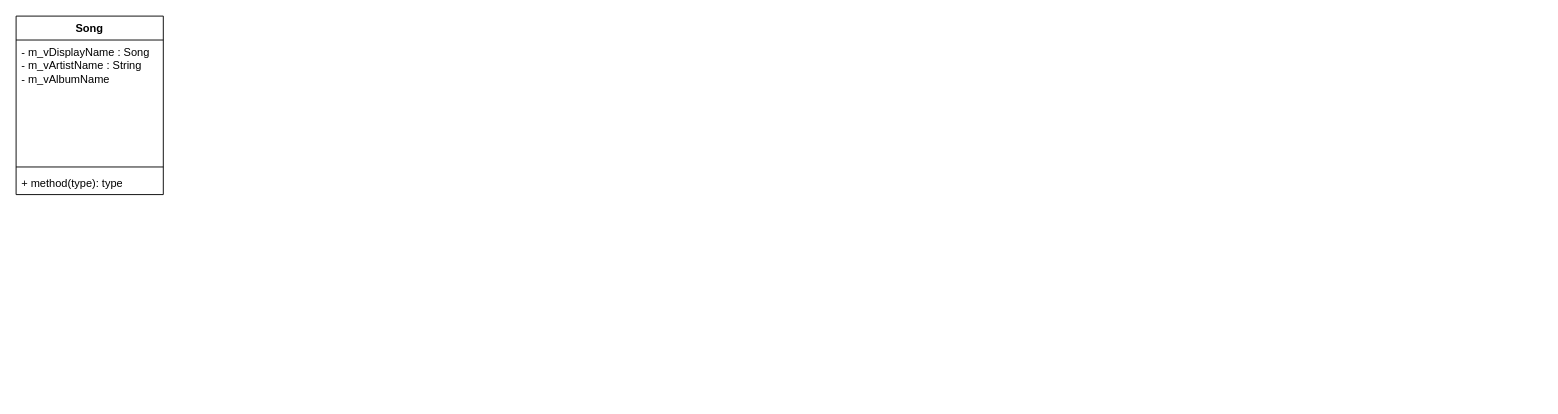
This is Диаграмма без названия.drawio from AcId4848/SamsungGIT, a draw.io file, before an edit. Source tidied: cells renumbered, new cells numbered last; positions are measured from the earlier drawing's top-left corner, leaving out a move shared by most shapes. Both pictures are drawn from the tidied source at 92%, with x=0, y=0 at pixel (16, 16).
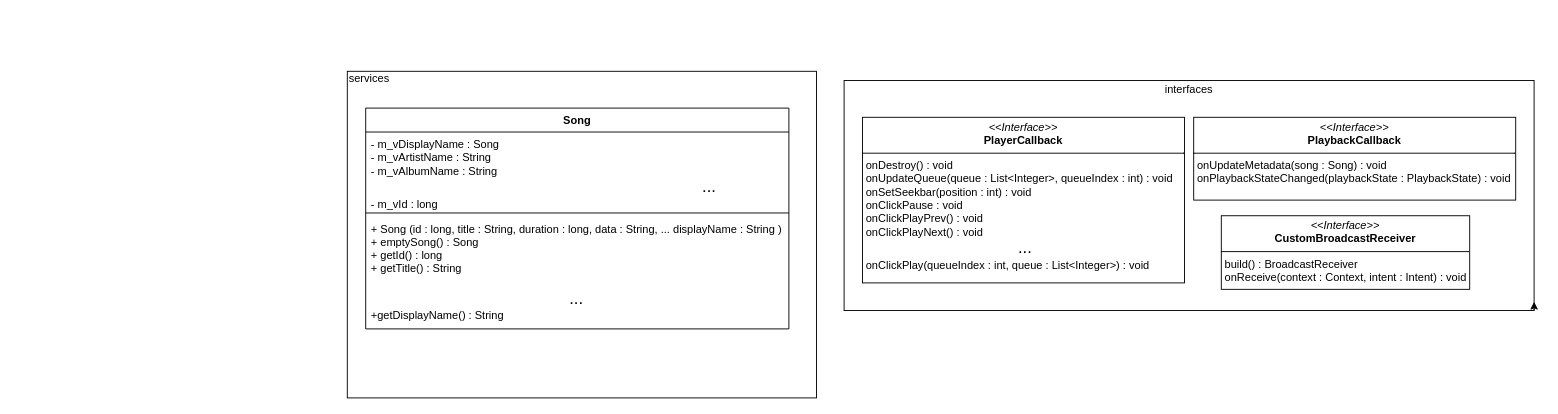
Above is the later version.

Diff of the diagram source:
```diff
@@
 <mxGraphModel>
   <root>
     <mxCell id="0" />
     <mxCell id="1" parent="0" />
+    <mxCell id="7" value="&lt;div align=&quot;center&quot; style=&quot;padding-bottom: 230px;&quot;&gt;interfaces&lt;br&gt;&lt;/div&gt;" style="rounded=0;whiteSpace=wrap;html=1;labelPosition=center;verticalLabelPosition=middle;align=center;verticalAlign=middle;textDirection=ltr;" parent="1" vertex="1">
+      <mxGeometry x="900" y="70" width="750" height="250" as="geometry" />
+    </mxCell>
+    <mxCell id="8" value="&lt;div style=&quot;padding-top: 0px; padding-bottom: 340px;&quot;&gt;services&lt;br&gt;&lt;/div&gt;" style="rounded=0;whiteSpace=wrap;html=1;align=left;" parent="1" vertex="1">
+      <mxGeometry x="360" y="60" width="510" height="355" as="geometry" />
+    </mxCell>
     <mxCell id="2" style="text;strokeColor=none;fillColor=none;align=left;verticalAlign=middle;spacingTop=-1;spacingLeft=4;spacingRight=4;labelPosition=right;" parent="1" vertex="1">
       <mxGeometry x="1190" y="250" width="20" height="14" as="geometry" />
     </mxCell>
     <mxCell id="3" value="Song" style="swimlane;fontStyle=1;align=center;verticalAlign=top;horizontal=1;startSize=26;whiteSpace=wrap;html=1;" parent="1" vertex="1">
-      <mxGeometry width="160" height="194" as="geometry" />
+      <mxGeometry x="380" y="100" width="460" height="240" as="geometry" />
     </mxCell>
-    <mxCell id="4" value="&lt;div&gt;- m_vDisplayName : Song&lt;/div&gt;&lt;div&gt;- m_vArtistName : String&lt;/div&gt;&lt;div&gt;- m_vAlbumName&lt;br&gt;&lt;/div&gt;" style="text;strokeColor=none;fillColor=none;align=left;verticalAlign=top;spacingLeft=4;spacingRight=4;overflow=hidden;whiteSpace=wrap;html=1;" parent="3" vertex="1">
-      <mxGeometry y="26" width="160" height="134" as="geometry" />
+    <mxCell id="4" value="&lt;div&gt;- m_vDisplayName : Song&lt;/div&gt;&lt;div&gt;- m_vArtistName : String&lt;/div&gt;&lt;div&gt;- m_vAlbumName : String&lt;br&gt;&lt;/div&gt;&lt;div align=&quot;center&quot;&gt;&lt;font style=&quot;font-size: 18px;&quot;&gt;&lt;span style=&quot;white-space: pre;&quot;&gt;&#9;&lt;/span&gt;&lt;span style=&quot;white-space: pre;&quot;&gt;&#9;&lt;/span&gt;&lt;span style=&quot;white-space: pre;&quot;&gt;&#9;&lt;/span&gt;&lt;span style=&quot;white-space: pre;&quot;&gt;&#9;&lt;/span&gt;&lt;span style=&quot;white-space: pre;&quot;&gt;&#9;&lt;/span&gt;&lt;span style=&quot;white-space: pre;&quot;&gt;&#9;&lt;/span&gt;&lt;span style=&quot;white-space: pre;&quot;&gt;&#9;&lt;/span&gt;&lt;span style=&quot;white-space: pre;&quot;&gt;&#9;&lt;/span&gt;&lt;span style=&quot;white-space: pre;&quot;&gt;&#9;&lt;/span&gt;...&lt;/font&gt;&lt;/div&gt;&lt;div&gt;- m_vId : long&lt;br&gt;&lt;/div&gt;" style="text;strokeColor=none;fillColor=none;align=left;verticalAlign=top;spacingLeft=4;spacingRight=4;overflow=hidden;whiteSpace=wrap;html=1;" parent="3" vertex="1">
+      <mxGeometry y="26" width="460" height="84" as="geometry" />
     </mxCell>
     <mxCell id="5" style="line;strokeWidth=1;fillColor=none;align=left;verticalAlign=middle;spacingTop=-1;spacingLeft=3;spacingRight=3;labelPosition=right;strokeColor=inherit;" parent="3" vertex="1">
-      <mxGeometry y="160" width="160" height="8" as="geometry" />
+      <mxGeometry y="110" width="460" height="8" as="geometry" />
     </mxCell>
-    <mxCell id="6" value="+ method(type): type" style="text;strokeColor=none;fillColor=none;align=left;verticalAlign=top;spacingLeft=4;spacingRight=4;overflow=hidden;whiteSpace=wrap;html=1;" parent="3" vertex="1">
-      <mxGeometry y="168" width="160" height="26" as="geometry" />
+    <mxCell id="6" value="&lt;div&gt;+ Song (id : long, title : String, duration : long, data : String, ... displayName : String )&lt;/div&gt;&lt;div&gt;+ emptySong() : Song&lt;/div&gt;&lt;div&gt;+ getId() : long&lt;/div&gt;&lt;div&gt;+ getTitle() : String&lt;br&gt;&lt;/div&gt;&lt;div&gt;&lt;br&gt;&lt;/div&gt;&lt;div align=&quot;center&quot;&gt;&lt;font style=&quot;font-size: 18px;&quot;&gt;...&lt;/font&gt;&lt;/div&gt;&lt;div align=&quot;left&quot;&gt;&lt;font style=&quot;font-size: 12px;&quot;&gt;+getDisplayName() : String&lt;br&gt;&lt;/font&gt;&lt;/div&gt;&lt;div align=&quot;center&quot;&gt;&lt;font style=&quot;font-size: 18px;&quot;&gt;&lt;br&gt;&lt;/font&gt;&lt;/div&gt;&lt;div&gt;&lt;br&gt;&lt;/div&gt;&lt;div&gt;&lt;br&gt;&lt;/div&gt;" style="text;strokeColor=none;fillColor=none;align=left;verticalAlign=top;spacingLeft=4;spacingRight=4;overflow=hidden;whiteSpace=wrap;html=1;" parent="3" vertex="1">
+      <mxGeometry y="118" width="460" height="122" as="geometry" />
     </mxCell>
+    <mxCell id="9" value="&lt;p style=&quot;margin:0px;margin-top:4px;text-align:center;&quot;&gt;&lt;i&gt;&amp;lt;&amp;lt;Interface&amp;gt;&amp;gt;&lt;/i&gt;&lt;br&gt;&lt;b&gt;PlayerCallback&lt;/b&gt;&lt;/p&gt;&lt;hr size=&quot;1&quot; style=&quot;border-style:solid;&quot;&gt;&lt;p style=&quot;margin:0px;margin-left:4px;&quot;&gt;onDestroy() : void&lt;/p&gt;&lt;p style=&quot;margin:0px;margin-left:4px;&quot;&gt;onUpdateQueue(queue : List&amp;lt;Integer&amp;gt;, queueIndex : int) : void&lt;/p&gt;&lt;p style=&quot;margin:0px;margin-left:4px;&quot;&gt;onSetSeekbar(position : int) : void&lt;/p&gt;&lt;p style=&quot;margin:0px;margin-left:4px;&quot;&gt;onClickPause : void&lt;/p&gt;&lt;p style=&quot;margin:0px;margin-left:4px;&quot;&gt;onClickPlayPrev() : void&lt;/p&gt;&lt;p style=&quot;margin:0px;margin-left:4px;&quot;&gt;onClickPlayNext() : void&lt;/p&gt;&lt;p align=&quot;center&quot; style=&quot;margin:0px;margin-left:4px;&quot;&gt;&lt;font style=&quot;font-size: 18px;&quot;&gt;...&lt;/font&gt;&lt;/p&gt;&lt;p style=&quot;margin:0px;margin-left:4px;&quot;&gt;onClickPlay(queueIndex : int, queue : List&amp;lt;Integer&amp;gt;) : void&lt;br&gt;&lt;/p&gt;" style="verticalAlign=top;align=left;overflow=fill;html=1;whiteSpace=wrap;" parent="1" vertex="1">
+      <mxGeometry x="920" y="110" width="350" height="180" as="geometry" />
+    </mxCell>
+    <mxCell id="10" value="&lt;p style=&quot;margin:0px;margin-top:4px;text-align:center;&quot;&gt;&lt;i&gt;&amp;lt;&amp;lt;Interface&amp;gt;&amp;gt;&lt;/i&gt;&lt;br&gt;&lt;b&gt;PlaybackCallback&lt;/b&gt;&lt;br&gt;&lt;/p&gt;&lt;hr size=&quot;1&quot; style=&quot;border-style:solid;&quot;&gt;&lt;p style=&quot;margin:0px;margin-left:4px;&quot;&gt;onUpdateMetadata(song : Song) : void&lt;/p&gt;&lt;p style=&quot;margin:0px;margin-left:4px;&quot;&gt;onPlaybackStateChanged(playbackState : PlaybackState) : void&lt;br&gt;&lt;/p&gt;" style="verticalAlign=top;align=left;overflow=fill;html=1;whiteSpace=wrap;" parent="1" vertex="1">
+      <mxGeometry x="1280" y="110" width="350" height="90" as="geometry" />
+    </mxCell>
+    <mxCell id="11" value="&lt;p style=&quot;margin:0px;margin-top:4px;text-align:center;&quot;&gt;&lt;i&gt;&amp;lt;&amp;lt;Interface&amp;gt;&amp;gt;&lt;/i&gt;&lt;br&gt;&lt;b&gt;CustomBroadcastReceiver&lt;/b&gt;&lt;br&gt;&lt;/p&gt;&lt;hr size=&quot;1&quot; style=&quot;border-style:solid;&quot;&gt;&lt;p style=&quot;margin:0px;margin-left:4px;&quot;&gt;build() : BroadcastReceiver&lt;/p&gt;&lt;p style=&quot;margin:0px;margin-left:4px;&quot;&gt;onReceive(context : Context, intent : Intent) : void&lt;br&gt;&lt;/p&gt;" style="verticalAlign=top;align=left;overflow=fill;html=1;whiteSpace=wrap;" parent="1" vertex="1">
+      <mxGeometry x="1310" y="217" width="270" height="80" as="geometry" />
+    </mxCell>
+    <mxCell id="12" style="edgeStyle=orthogonalEdgeStyle;rounded=0;orthogonalLoop=1;jettySize=auto;html=1;exitX=1;exitY=1;exitDx=0;exitDy=0;entryX=1;entryY=0.962;entryDx=0;entryDy=0;entryPerimeter=0;" parent="1" edge="1" source="7" target="7">
+      <mxGeometry relative="1" as="geometry" />
+    </mxCell>
   </root>
 </mxGraphModel>
```
